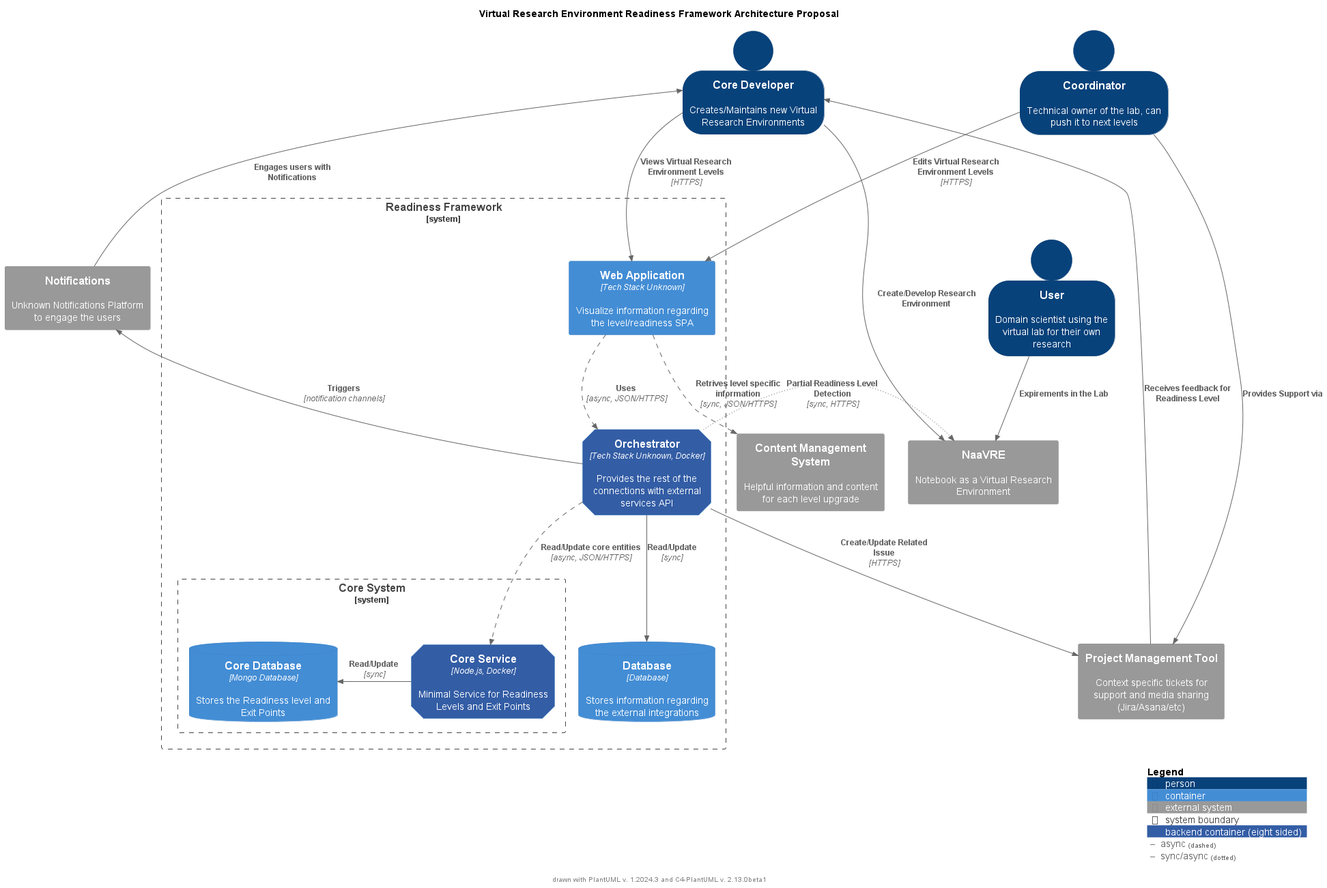
This is out/uml/architecture_proposal/architecture_proposal.png from ikoko3/VRE-Readiness-Framework_docs, a PlantUML export, as it was before one commit.
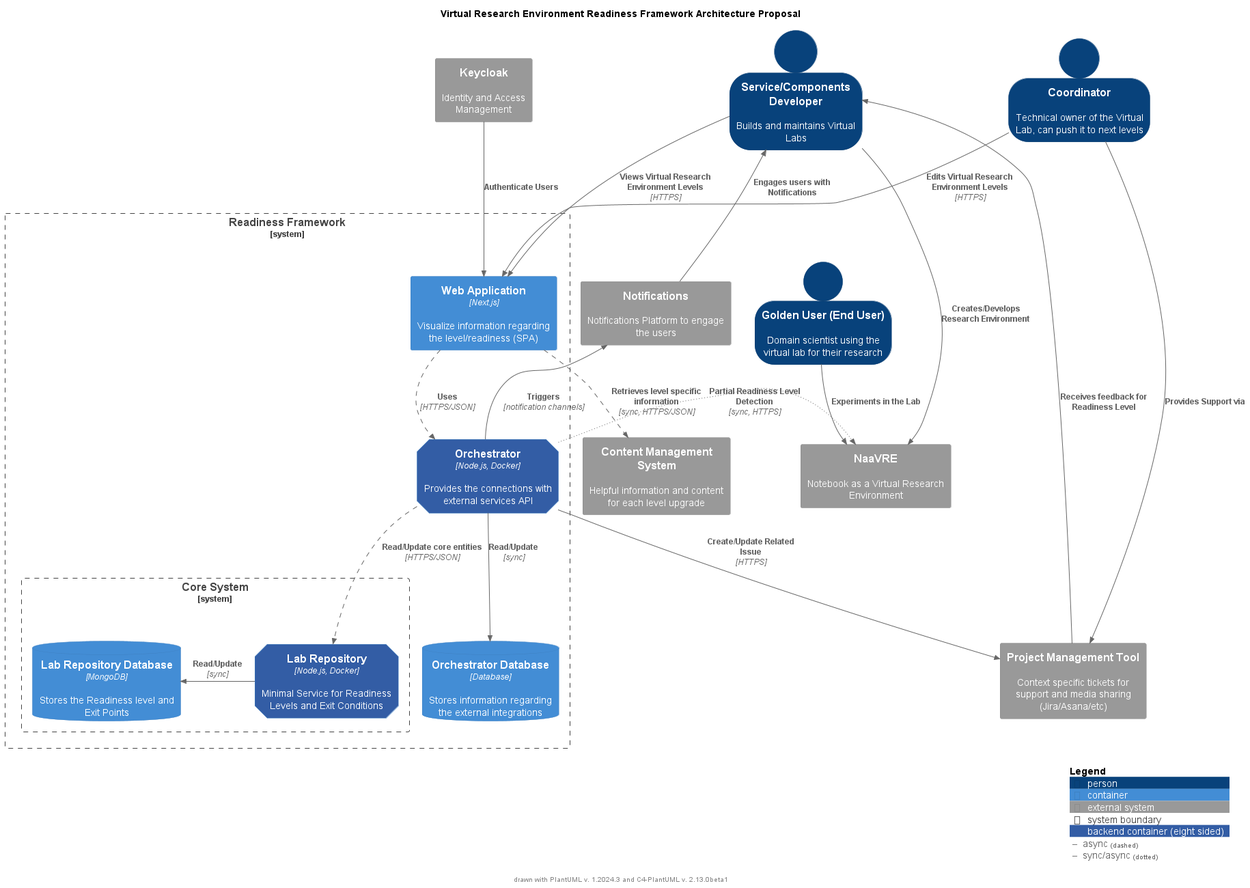
Later version of the same file.

Diff of the diagram source:
```diff
@@ -12,53 +12,49 @@
 
 title Virtual Research Environment Readiness Framework Architecture Proposal
 
-Person(developer, Core Developer, "Creates/Maintains new Virtual Research Environments")
-Person(coordinator, Coordinator, "Technical owner of the lab, can push it to next levels")
-Person(user, User, "Domain scientist using the virtual lab for their own research")
-
+Person(developer, Service/Components Developer, "Builds and maintains Virtual Labs")
+Person(coordinator, Coordinator, "Technical owner of the Virtual Lab, can push it to next levels")
+Person(user, Golden User (End User), "Domain scientist using the virtual lab for their research")
 
 System_Boundary(c1, "Readiness Framework") {
-    Container(web_app, "Web Application", "Tech Stack Unknown", "Visualize information regarding the level/readiness SPA")
-    Container(orchestrator, "Orchestrator", "Tech Stack Unknown, Docker", "Provides the rest of the connections with external services API", $tags="backendContainer")
-    ContainerDb(database, "Database", "Database", "Stores information regarding the external integrations")
+    Container(web_app, "Web Application", "Next.js", "Visualize information regarding the level/readiness (SPA)")
+    Container(orchestrator, "Orchestrator", "Node.js, Docker", "Provides the connections with external services API", $tags="backendContainer")
+    ContainerDb(database, "Orchestrator Database", "Database", "Stores information regarding the external integrations")
 
     System_Boundary(core, "Core System") {
-        ContainerDb(core_database, "Core Database", "Mongo Database", "Stores the Readiness level and Exit Points")
-        Container(core_service, "Core Service", "Node.js, Docker", "Minimal Service for Readiness Levels and Exit Points", $tags="backendContainer")
+        ContainerDb(core_database, "Lab Repository Database", "MongoDB", "Stores the Readiness level and Exit Points")
+        Container(core_service, "Lab Repository", "Node.js, Docker", "Minimal Service for Readiness Levels and Exit Conditions", $tags="backendContainer")
     }
-
 }
 
-Rel(web_app, orchestrator, "Uses", "async, JSON/HTTPS", $tags="async")
+Rel(web_app, orchestrator, "Uses", "HTTPS/JSON", $tags="async")
 
-Rel(orchestrator, core_service, "Read/Update core entities", "async, JSON/HTTPS", $tags="async")
+Rel(orchestrator, core_service, "Read/Update core entities", "HTTPS/JSON", $tags="async")
 Rel(orchestrator, database, "Read/Update", "sync")
 Rel_Back_Neighbor(core_database, core_service, "Read/Update", "sync")
 
-
-System_Ext(notifications_system, "Notifications", "Unknown Notifications Platform to engage the users")
+System_Ext(notifications_system, "Notifications", "Notifications Platform to engage the users")
 System_Ext(naavre, "NaaVRE", "Notebook as a Virtual Research Environment")
+System_Ext(keycloak, "Keycloak", "Identity and Access Management")
 System_Ext(proj_management, "Project Management Tool", "Context specific tickets for support and media sharing (Jira/Asana/etc)")
 System_Ext(cms, "Content Management System", "Helpful information and content for each level upgrade")
 
-
 Rel(coordinator, web_app, "Edits Virtual Research Environment Levels", "HTTPS")
 Rel(developer, web_app, "Views Virtual Research Environment Levels", "HTTPS")
-
 
 Rel_Back(developer, notifications_system, "Engages users with Notifications")
 Rel_Back(notifications_system, orchestrator, "Triggers", "notification channels")
 Rel_Neighbor(orchestrator, naavre, "Partial Readiness Level Detection", "sync, HTTPS", $tags="sync/async")
 Rel_D(orchestrator, proj_management, "Create/Update Related Issue", "HTTPS")
-Rel(web_app, cms, "Retrives level specific information", "sync, JSON/HTTPS", $tags="async")
+Rel(web_app, cms, "Retrieves level specific information", "sync, HTTPS/JSON", $tags="async")
 
-Rel(user, naavre, "Expirements in the Lab")
-Rel(developer, naavre, "Create/Develop Research Environment")
+Rel(keycloak, web_app, "Authenticate Users")
+Rel(user, naavre, "Experiments in the Lab")
+Rel(developer, naavre, "Creates/Develops Research Environment")
 
 Rel(coordinator, proj_management, "Provides Support via")
 Rel_Back(developer, proj_management, "Receives feedback for Readiness Level")
 
-
 SHOW_LEGEND()
 footer drawn with PlantUML v. %version() and C4-PlantUML v. C4Version()
 @enduml
```
